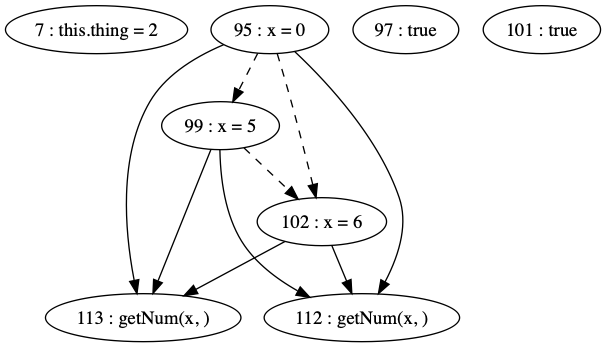
The Graphviz diagram pdg/images/testFiles/testFile-checkPlanar.png in thomassimko/thesis-code-duplication, before a commit. Its source is kept beside it as pdg/source/testFiles/testFile-checkPlanar.gv.
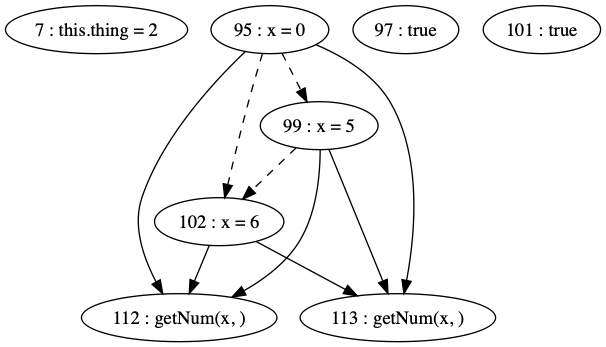
After the change.

Change to the diagram source:
```diff
@@ -1,19 +1,19 @@
 digraph G {
 "7 : this.thing = 2"
 "95 : x = 0"
+"95 : x = 0" -> "112 : getNum(x, )"
 "95 : x = 0" -> "113 : getNum(x, )"
-"95 : x = 0" -> "112 : getNum(x, )"
+"95 : x = 0" -> "99 : x = 5" [style=dashed]
 "95 : x = 0" -> "102 : x = 6" [style=dashed]
-"95 : x = 0" -> "99 : x = 5" [style=dashed]
 "97 : true"
 "99 : x = 5"
+"99 : x = 5" -> "112 : getNum(x, )"
 "99 : x = 5" -> "113 : getNum(x, )"
-"99 : x = 5" -> "112 : getNum(x, )"
 "99 : x = 5" -> "102 : x = 6" [style=dashed]
 "101 : true"
 "102 : x = 6"
+"102 : x = 6" -> "112 : getNum(x, )"
 "102 : x = 6" -> "113 : getNum(x, )"
-"102 : x = 6" -> "112 : getNum(x, )"
 "112 : getNum(x, )"
 "113 : getNum(x, )"
 }
```
